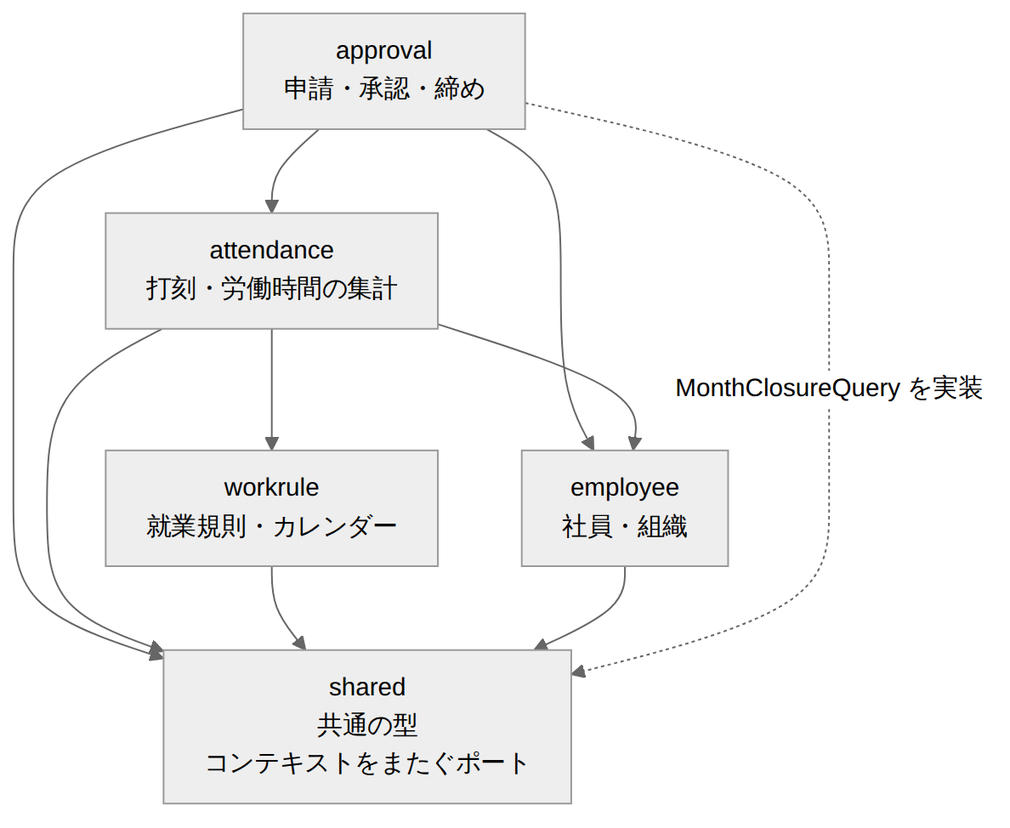
masaki-i02/newJavaProject keeps this Mermaid diagram as doc/02_詳細設計/00_共通/images/コンテキスト間の依存.png. Above is the earlier version. Its source is kept beside it as doc/02_詳細設計/00_共通/diagrams/コンテキスト間の依存.mmd.
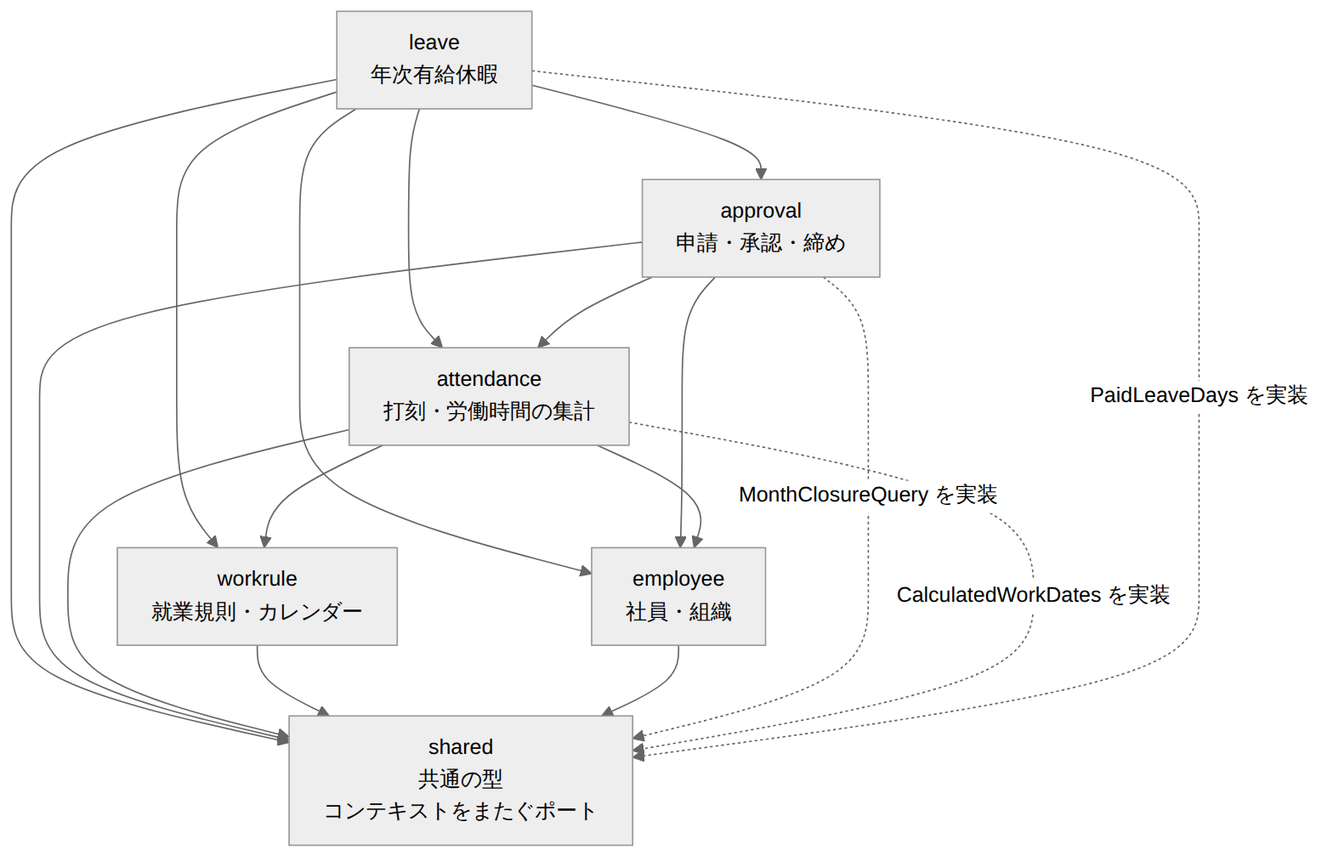
Above is the later version.

Diff of the diagram source:
```diff
@@ -3,8 +3,14 @@
     attendance["attendance<br/>打刻・労働時間の集計"]
     workrule["workrule<br/>就業規則・カレンダー"]
     employee["employee<br/>社員・組織"]
+    leave["leave<br/>年次有給休暇"]
     shared["shared<br/>共通の型<br/>コンテキストをまたぐポート"]
 
+    leave --> approval
+    leave --> attendance
+    leave --> workrule
+    leave --> employee
+    leave --> shared
     approval --> attendance
     approval --> employee
     attendance --> workrule
@@ -15,3 +21,5 @@
     employee --> shared
 
     approval -. "MonthClosureQuery を実装" .-> shared
+    attendance -. "CalculatedWorkDates を実装" .-> shared
+    leave -. "PaidLeaveDays を実装" .-> shared
```
